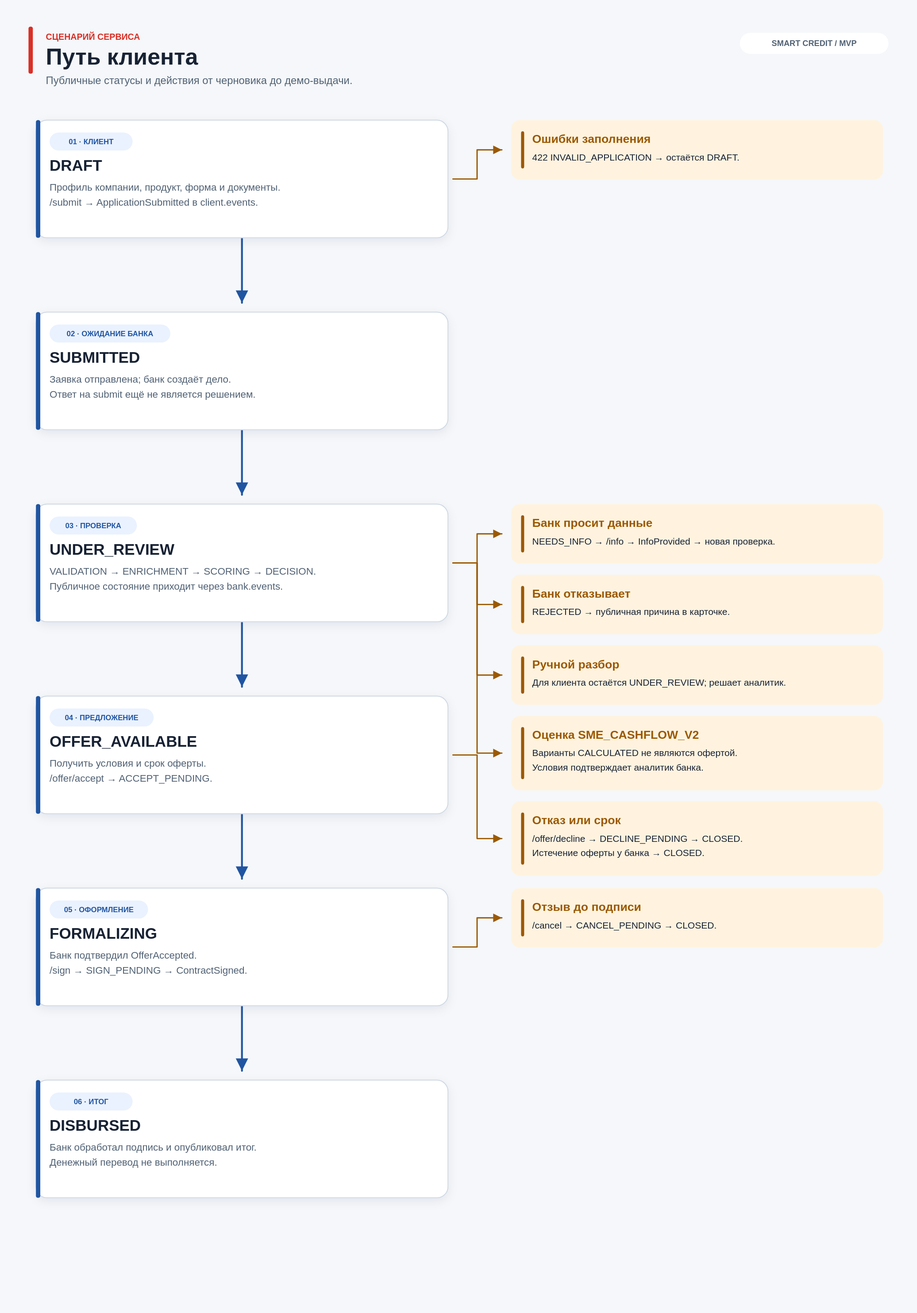
kry4onok/smart-credit keeps this PlantUML diagram as docs/diagrams/client-flow.svg. Above is the earlier version. Its source is kept beside it as docs/diagrams/client-flow.puml. Source of this version:
```plantuml
@startuml client-flow
!theme plain
skinparam backgroundColor #FFFFFF
skinparam defaultFontName Arial
skinparam ActivityBackgroundColor #EAF2FF
skinparam ActivityBorderColor #2055A2
skinparam ArrowColor #2055A2
title Smart Credit — путь клиента
start
:DRAFT\nПрофиль, продукт, форма, документы;
if (Заявка заполнена?) then (да)
  :/submit → ApplicationSubmitted;
else (нет)
  :422 INVALID_APPLICATION\nостаётся DRAFT;
  stop
endif
:SUBMITTED → UNDER_REVIEW;
if (Банк просит данные?) then (да)
  :NEEDS_INFO;
  :/info → InfoProvided;
  :UNDER_REVIEW — повторная проверка;
endif
if (Банк отказал?) then (да)
  :REJECTED — публичная причина;
  stop
endif
note right
  MANUAL_REVIEW банка остаётся
  UNDER_REVIEW для клиента.
  Для SME_CASHFLOW_V2 варианты CALCULATED
  не являются офертой; условия подтверждает аналитик.
end note
:OFFER_AVAILABLE;
if (Оферта истекла?) then (да)
  :CLOSED (банк EXPIRED);
  stop
endif
if (Клиент отказался?) then (да)
  :/offer/decline → DECLINE_PENDING;
  :CLOSED (банк CANCELLED);
  stop
endif
:/offer/accept → ACCEPT_PENDING;
:FORMALIZING;
if (Отзыв до подписи?) then (да)
  :/cancel → CANCEL_PENDING;
  :CLOSED (банк CANCELLED);
  stop
endif
:/sign → SIGN_PENDING → ContractSigned;
:DISBURSED — демо-выдача;
stop
@enduml
```
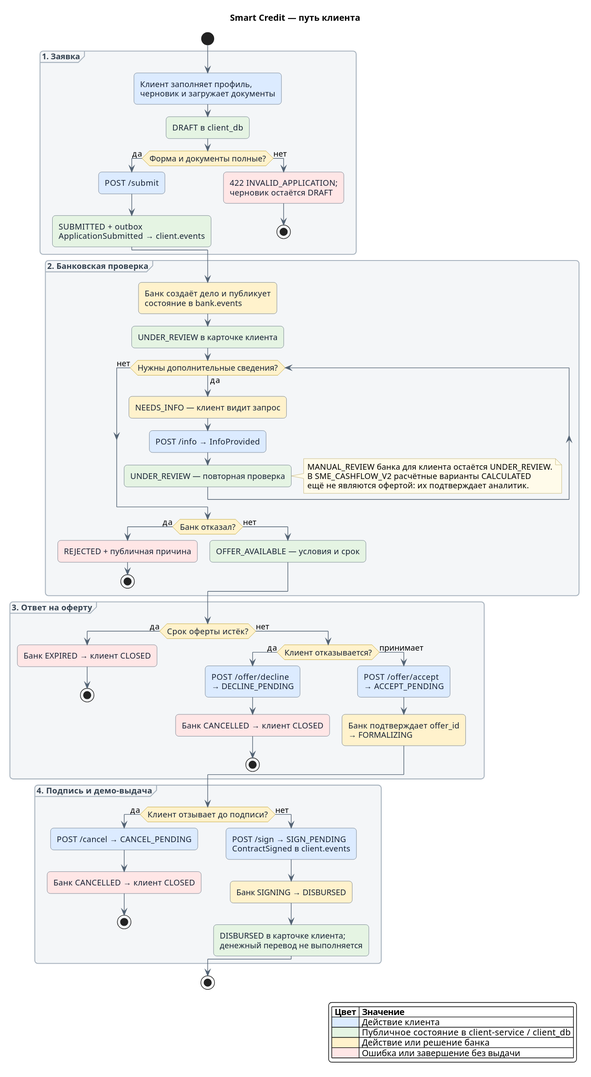
Later version of the same file.

Diff of the diagram source:
```diff
@@ -1,53 +1,98 @@
-@startuml client-flow
-!theme plain
-skinparam backgroundColor #FFFFFF
-skinparam defaultFontName Arial
-skinparam ActivityBackgroundColor #EAF2FF
-skinparam ActivityBorderColor #2055A2
-skinparam ArrowColor #2055A2
+@startuml
 title Smart Credit — путь клиента
+
+skinparam shadowing false
+skinparam backgroundColor white
+skinparam defaultFontName "Segoe UI"
+skinparam defaultFontSize 13
+skinparam roundcorner 10
+skinparam ArrowColor #526273
+skinparam activity {
+  BackgroundColor #FAFAFA
+  BorderColor #526273
+  FontColor #172234
+  DiamondBackgroundColor #FFF2CC
+  DiamondBorderColor #B38F00
+}
+skinparam partition {
+  BackgroundColor #F4F6F8
+  BorderColor #A9B4BF
+  FontColor #33414F
+  FontStyle bold
+}
+skinparam note {
+  BackgroundColor #FFFBEA
+  BorderColor #B8A45C
+}
+
 start
-:DRAFT\nПрофиль, продукт, форма, документы;
-if (Заявка заполнена?) then (да)
-  :/submit → ApplicationSubmitted;
-else (нет)
-  :422 INVALID_APPLICATION\nостаётся DRAFT;
-  stop
-endif
-:SUBMITTED → UNDER_REVIEW;
-if (Банк просит данные?) then (да)
-  :NEEDS_INFO;
-  :/info → InfoProvided;
-  :UNDER_REVIEW — повторная проверка;
-endif
-if (Банк отказал?) then (да)
-  :REJECTED — публичная причина;
-  stop
-endif
-note right
-  MANUAL_REVIEW банка остаётся
-  UNDER_REVIEW для клиента.
-  Для SME_CASHFLOW_V2 варианты CALCULATED
-  не являются офертой; условия подтверждает аналитик.
-end note
-:OFFER_AVAILABLE;
-if (Оферта истекла?) then (да)
-  :CLOSED (банк EXPIRED);
-  stop
-endif
-if (Клиент отказался?) then (да)
-  :/offer/decline → DECLINE_PENDING;
-  :CLOSED (банк CANCELLED);
-  stop
-endif
-:/offer/accept → ACCEPT_PENDING;
-:FORMALIZING;
-if (Отзыв до подписи?) then (да)
-  :/cancel → CANCEL_PENDING;
-  :CLOSED (банк CANCELLED);
-  stop
-endif
-:/sign → SIGN_PENDING → ContractSigned;
-:DISBURSED — демо-выдача;
+partition "1. Заявка" {
+  :Клиент заполняет профиль,\nчерновик и загружает документы; <<#DCEBFF>>
+  :DRAFT в client_db; <<#E5F4E3>>
+  if (Форма и документы полные?) then (да)
+    :POST /submit; <<#DCEBFF>>
+    :SUBMITTED + outbox\nApplicationSubmitted → client.events; <<#E5F4E3>>
+  else (нет)
+    :422 INVALID_APPLICATION;\nчерновик остаётся DRAFT; <<#FFE6E6>>
+    stop
+  endif
+}
+
+partition "2. Банковская проверка" {
+  :Банк создаёт дело и публикует\nсостояние в bank.events; <<#FFF2CC>>
+  :UNDER_REVIEW в карточке клиента; <<#E5F4E3>>
+  while (Нужны дополнительные сведения?) is (да)
+    :NEEDS_INFO — клиент видит запрос; <<#FFF2CC>>
+    :POST /info → InfoProvided; <<#DCEBFF>>
+    :UNDER_REVIEW — повторная проверка; <<#E5F4E3>>
+  endwhile (нет)
+  note right
+    MANUAL_REVIEW банка для клиента остаётся UNDER_REVIEW.
+    В SME_CASHFLOW_V2 расчётные варианты CALCULATED
+    ещё не являются офертой: их подтверждает аналитик.
+  end note
+  if (Банк отказал?) then (да)
+    :REJECTED + публичная причина; <<#FFE6E6>>
+    stop
+  else (нет)
+    :OFFER_AVAILABLE — условия и срок; <<#E5F4E3>>
+  endif
+}
+
+partition "3. Ответ на оферту" {
+  if (Срок оферты истёк?) then (да)
+    :Банк EXPIRED → клиент CLOSED; <<#FFE6E6>>
+    stop
+  else (нет)
+    if (Клиент отказывается?) then (да)
+      :POST /offer/decline\n→ DECLINE_PENDING; <<#DCEBFF>>
+      :Банк CANCELLED → клиент CLOSED; <<#FFE6E6>>
+      stop
+    else (принимает)
+      :POST /offer/accept\n→ ACCEPT_PENDING; <<#DCEBFF>>
+      :Банк подтверждает offer_id\n→ FORMALIZING; <<#FFF2CC>>
+    endif
+  endif
+}
+
+partition "4. Подпись и демо-выдача" {
+  if (Клиент отзывает до подписи?) then (да)
+    :POST /cancel → CANCEL_PENDING; <<#DCEBFF>>
+    :Банк CANCELLED → клиент CLOSED; <<#FFE6E6>>
+    stop
+  else (нет)
+    :POST /sign → SIGN_PENDING\nContractSigned в client.events; <<#DCEBFF>>
+    :Банк SIGNING → DISBURSED; <<#FFF2CC>>
+    :DISBURSED в карточке клиента;\nденежный перевод не выполняется; <<#E5F4E3>>
+  endif
+}
 stop
+
+legend right
+|= Цвет |= Значение |
+|<#DCEBFF>| Действие клиента |
+|<#E5F4E3>| Публичное состояние в client-service / client_db |
+|<#FFF2CC>| Действие или решение банка |
+|<#FFE6E6>| Ошибка или завершение без выдачи |
+endlegend
 @enduml
```
